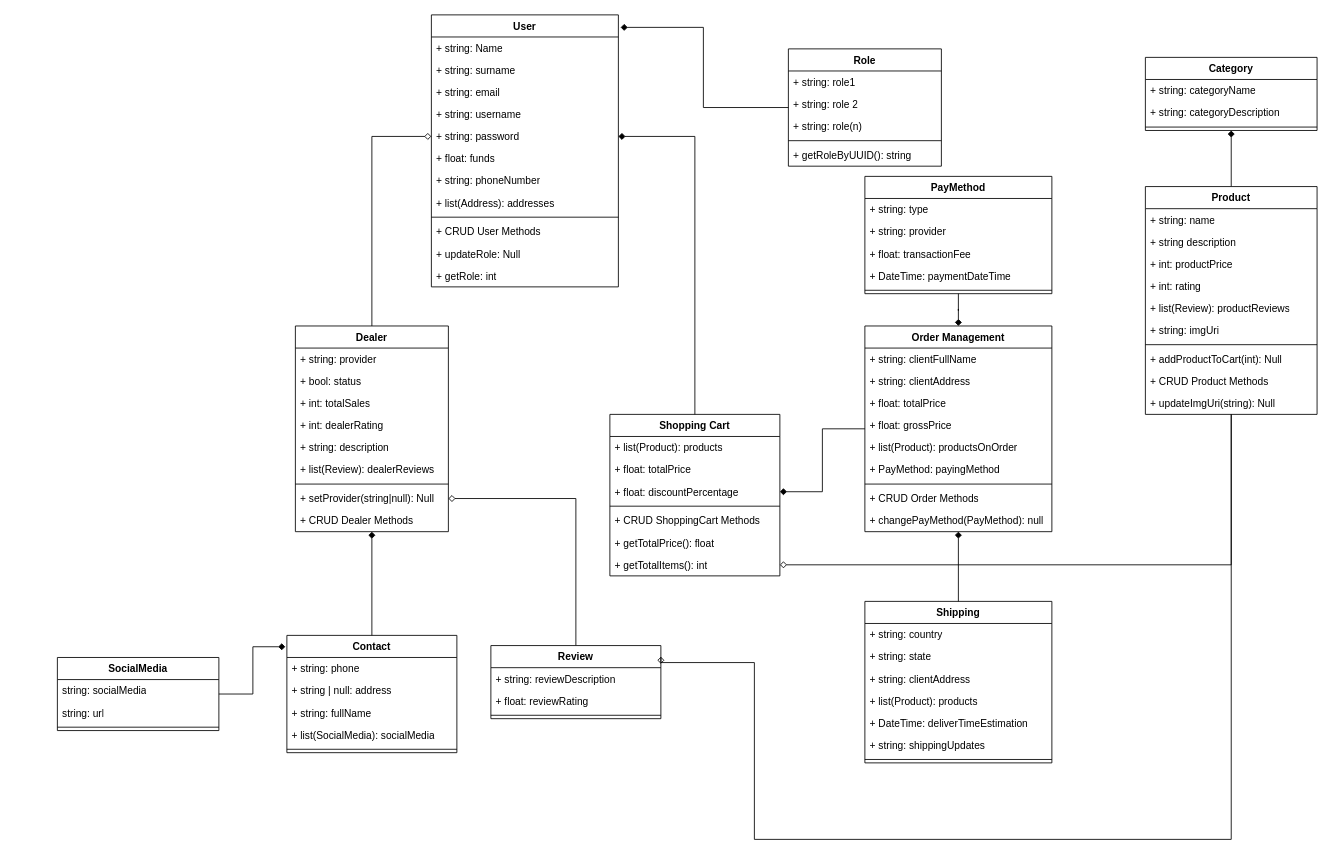
Before: E-commerce Platform/Docs/Class_Diagram.drawio in SebastA-Dev/Feature-Projects, a draw.io diagram. Source tidied: cells renumbered, new cells numbered last; positions are measured from the earlier drawing's top-left corner, leaving out a move shared by most shapes. Both pictures are drawn from the tidied source at 85%, with x=0, y=0 at pixel (57, 14).
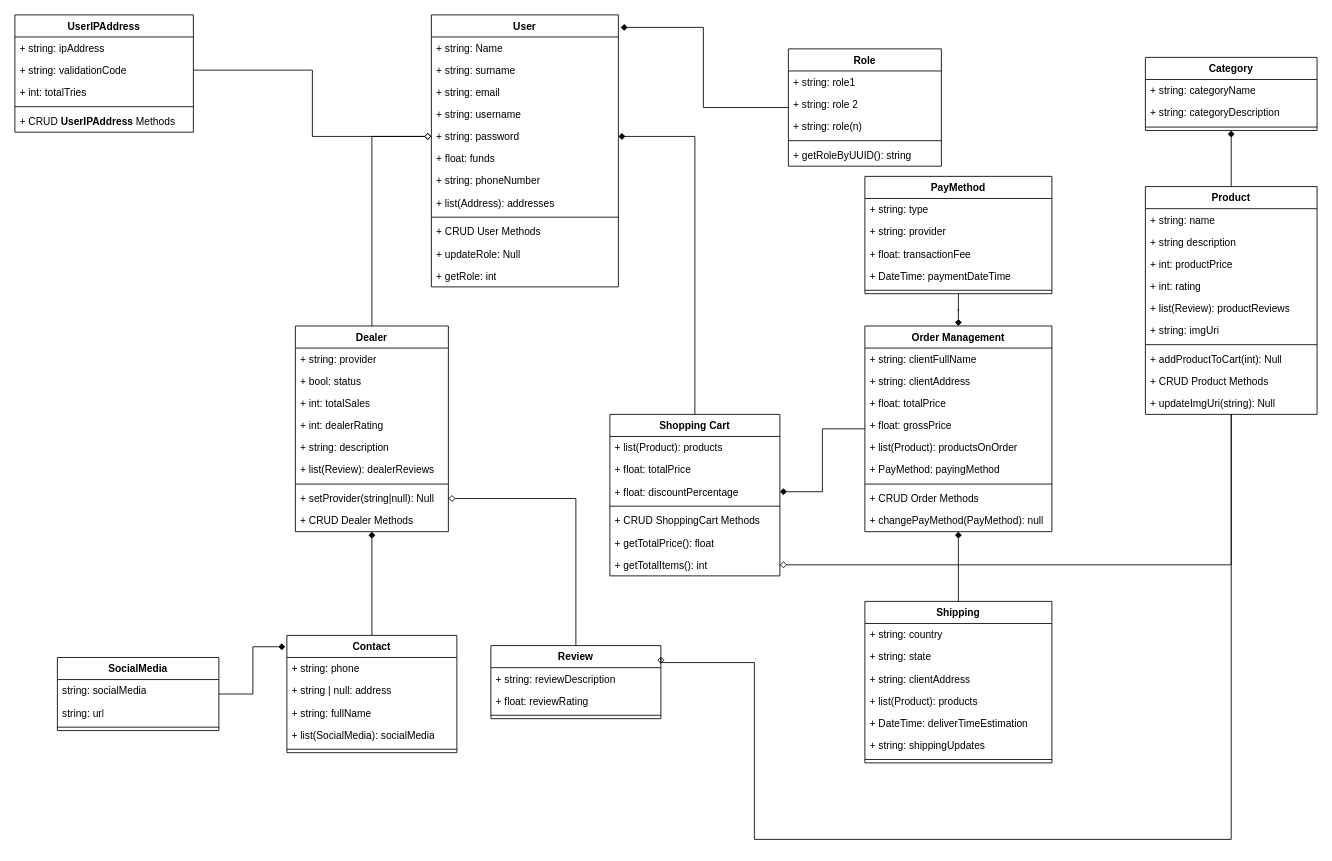
Above is the later version.

The change refers to these unchanged cells:
```xml
<mxCell id="7" value="+ string: password" style="text;strokeColor=none;fillColor=none;align=left;verticalAlign=top;spacingLeft=4;spacingRight=4;overflow=hidden;points=[[0,0.5],[1,0.5]];portConstraint=eastwest;whiteSpace=wrap;html=1;" parent="2" vertex="1">
  <mxGeometry y="130" width="220" height="26" as="geometry" />
</mxCell>
```

The edit, as a diff of the source:
```diff
@@
+    <mxCell id="104" value="UserIPAddress" style="swimlane;fontStyle=1;align=center;verticalAlign=top;horizontal=1;startSize=26;whiteSpace=wrap;html=1;" parent="1" vertex="1">
+      <mxGeometry x="-50" width="210" height="138" as="geometry" />
+    </mxCell>
+    <mxCell id="105" value="+ string: ipAddress" style="text;strokeColor=none;fillColor=none;align=left;verticalAlign=top;spacingLeft=4;spacingRight=4;overflow=hidden;whiteSpace=wrap;html=1;" parent="104" vertex="1">
+      <mxGeometry y="26" width="210" height="26" as="geometry" />
+    </mxCell>
+    <mxCell id="106" value="+ string: validationCode&amp;nbsp;" style="text;strokeColor=none;fillColor=none;align=left;verticalAlign=top;spacingLeft=4;spacingRight=4;overflow=hidden;points=[[0,0.5],[1,0.5]];portConstraint=eastwest;whiteSpace=wrap;html=1;" parent="104" vertex="1">
+      <mxGeometry y="52" width="210" height="26" as="geometry" />
+    </mxCell>
+    <mxCell id="107" value="+ int: totalTries" style="text;strokeColor=none;fillColor=none;align=left;verticalAlign=top;spacingLeft=4;spacingRight=4;overflow=hidden;whiteSpace=wrap;html=1;" parent="104" vertex="1">
+      <mxGeometry y="78" width="210" height="26" as="geometry" />
+    </mxCell>
+    <mxCell id="108" style="line;strokeWidth=1;fillColor=none;align=left;verticalAlign=middle;spacingTop=-1;spacingLeft=3;spacingRight=3;labelPosition=right;strokeColor=inherit;" parent="104" vertex="1">
+      <mxGeometry y="104" width="210" height="8" as="geometry" />
+    </mxCell>
+    <mxCell id="109" value="+ CRUD&amp;nbsp;&lt;span style=&quot;font-weight: 700; text-align: center;&quot;&gt;UserIPAddress&lt;/span&gt;&amp;nbsp;Methods" style="text;strokeColor=none;fillColor=none;align=left;verticalAlign=top;spacingLeft=4;spacingRight=4;overflow=hidden;whiteSpace=wrap;html=1;" parent="104" vertex="1">
+      <mxGeometry y="112" width="210" height="26" as="geometry" />
+    </mxCell>
+    <mxCell id="110" style="edgeStyle=orthogonalEdgeStyle;rounded=0;jettySize=auto;html=1;entryX=0;entryY=0.5;entryDx=0;entryDy=0;endArrow=diamond;startFill=0;endFill=0;" parent="1" edge="1" source="106" target="7">
+      <mxGeometry relative="1" as="geometry" />
+    </mxCell>
```
